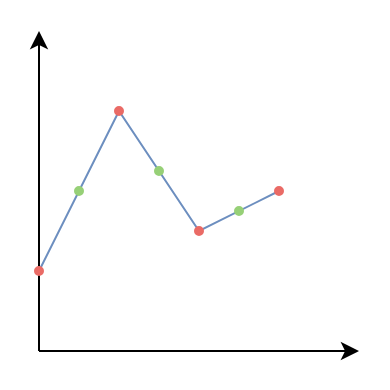
The draw.io diagram page "Interpolasjon" (1 of 3) of Lab_2/lab2.drawio in kristiangoystdal/TTT4280_sensor_lab, before the edit. Source tidied: cells renumbered, new cells numbered last; positions are measured from the earlier drawing's top-left corner, leaving out a move shared by most shapes. Both pictures are drawn from the tidied source at 200%, with x=0, y=0 at pixel (34, 30).
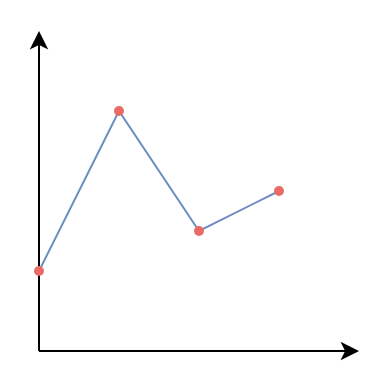
The same page after the edit.

What changed in the source:
```diff
@@
 <mxGraphModel>
   <root>
     <mxCell id="0" />
     <mxCell id="1" parent="0" />
     <mxCell id="2" style="endArrow=classic;html=1;rounded=0;" parent="1" edge="1">
       <mxGeometry relative="1" as="geometry">
         <mxPoint x="2" y="160" as="sourcePoint" />
         <mxPoint x="162" y="160" as="targetPoint" />
       </mxGeometry>
     </mxCell>
     <mxCell id="3" style="endArrow=classic;html=1;rounded=0;" parent="1" edge="1">
       <mxGeometry relative="1" as="geometry">
         <mxPoint x="2" y="160" as="sourcePoint" />
         <mxPoint x="2" as="targetPoint" />
       </mxGeometry>
     </mxCell>
     <mxCell id="4" style="endArrow=none;html=1;rounded=0;fillColor=#dae8fc;strokeColor=#6c8ebf;" parent="1" edge="1">
       <mxGeometry relative="1" as="geometry">
         <mxPoint x="2" y="120" as="sourcePoint" />
         <mxPoint x="122" y="80" as="targetPoint" />
         <Array as="points">
           <mxPoint x="42" y="40" />
           <mxPoint x="82" y="100" />
         </Array>
       </mxGeometry>
     </mxCell>
     <mxCell id="5" style="ellipse;whiteSpace=wrap;html=1;fillStyle=auto;fillColor=#EA6B66;strokeColor=#EA6B66;" parent="1" vertex="1">
       <mxGeometry x="120" y="78" width="4" height="4" as="geometry" />
     </mxCell>
     <mxCell id="6" style="ellipse;whiteSpace=wrap;html=1;fillStyle=auto;fillColor=#EA6B66;strokeColor=#EA6B66;" parent="1" vertex="1">
       <mxGeometry x="80" y="98" width="4" height="4" as="geometry" />
     </mxCell>
     <mxCell id="7" style="ellipse;whiteSpace=wrap;html=1;fillStyle=auto;fillColor=#EA6B66;strokeColor=#EA6B66;" parent="1" vertex="1">
       <mxGeometry x="40" y="38" width="4" height="4" as="geometry" />
     </mxCell>
     <mxCell id="8" style="ellipse;whiteSpace=wrap;html=1;fillStyle=auto;fillColor=#EA6B66;strokeColor=#EA6B66;" parent="1" vertex="1">
       <mxGeometry y="118" width="4" height="4" as="geometry" />
     </mxCell>
-    <mxCell id="9" style="ellipse;whiteSpace=wrap;html=1;fillStyle=auto;fillColor=#97D077;strokeColor=#97D077;" parent="1" vertex="1">
-      <mxGeometry x="100" y="88" width="4" height="4" as="geometry" />
-    </mxCell>
-    <mxCell id="10" style="ellipse;whiteSpace=wrap;html=1;fillStyle=auto;fillColor=#97D077;strokeColor=#97D077;" parent="1" vertex="1">
-      <mxGeometry x="60" y="68" width="4" height="4" as="geometry" />
-    </mxCell>
-    <mxCell id="11" style="ellipse;whiteSpace=wrap;html=1;fillStyle=auto;fillColor=#97D077;strokeColor=#97D077;" parent="1" vertex="1">
-      <mxGeometry x="20" y="78" width="4" height="4" as="geometry" />
-    </mxCell>
   </root>
 </mxGraphModel>
```
